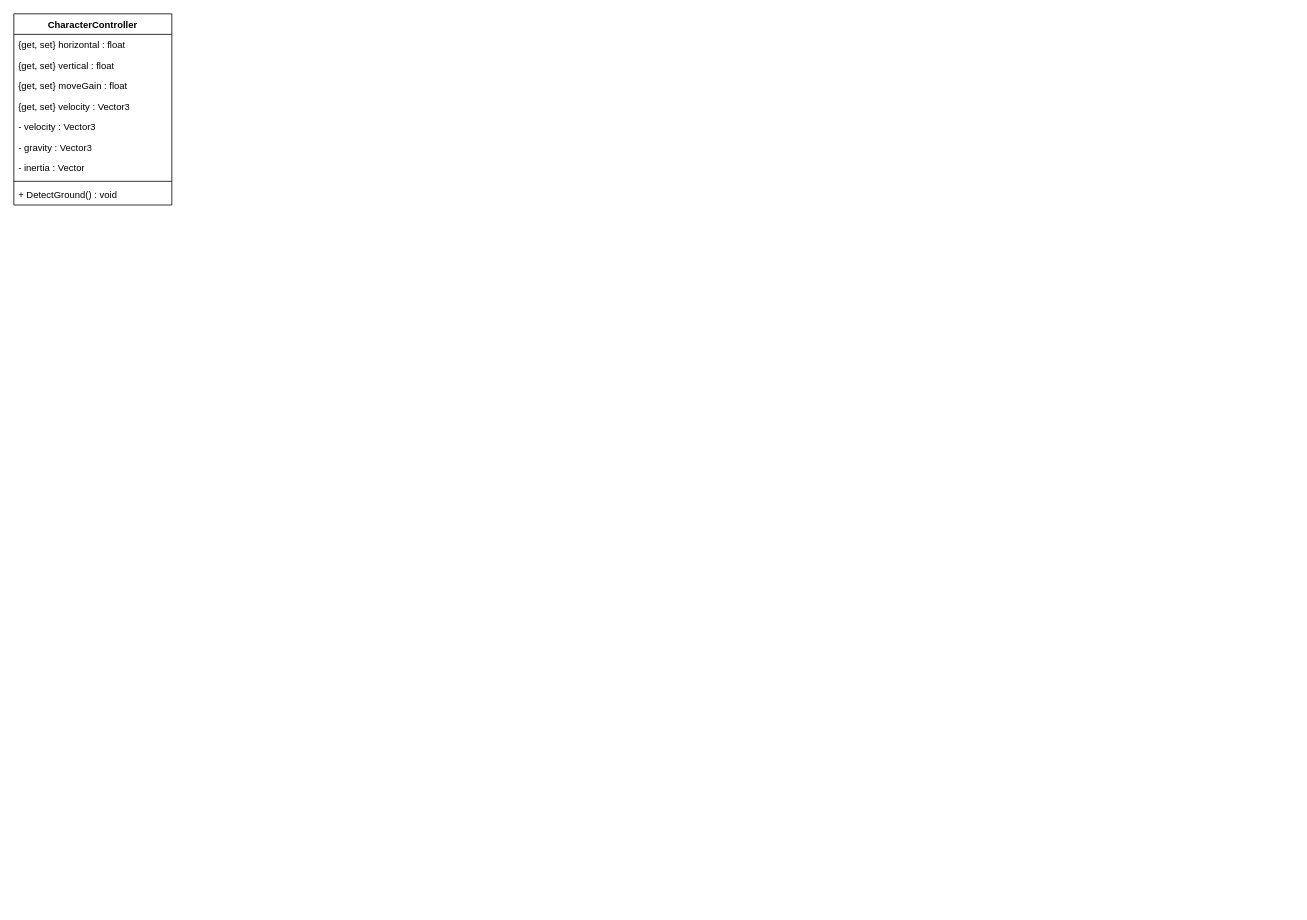
Above: RPG/RPGConcept.drawio in luke-youngmin-cho/ETL_Unity4th (draw.io), before the change. Source tidied: cells renumbered, new cells numbered last; positions are measured from the earlier drawing's top-left corner, leaving out a move shared by most shapes. Both pictures are drawn from the tidied source at 79%, with x=0, y=0 at pixel (13, 13).
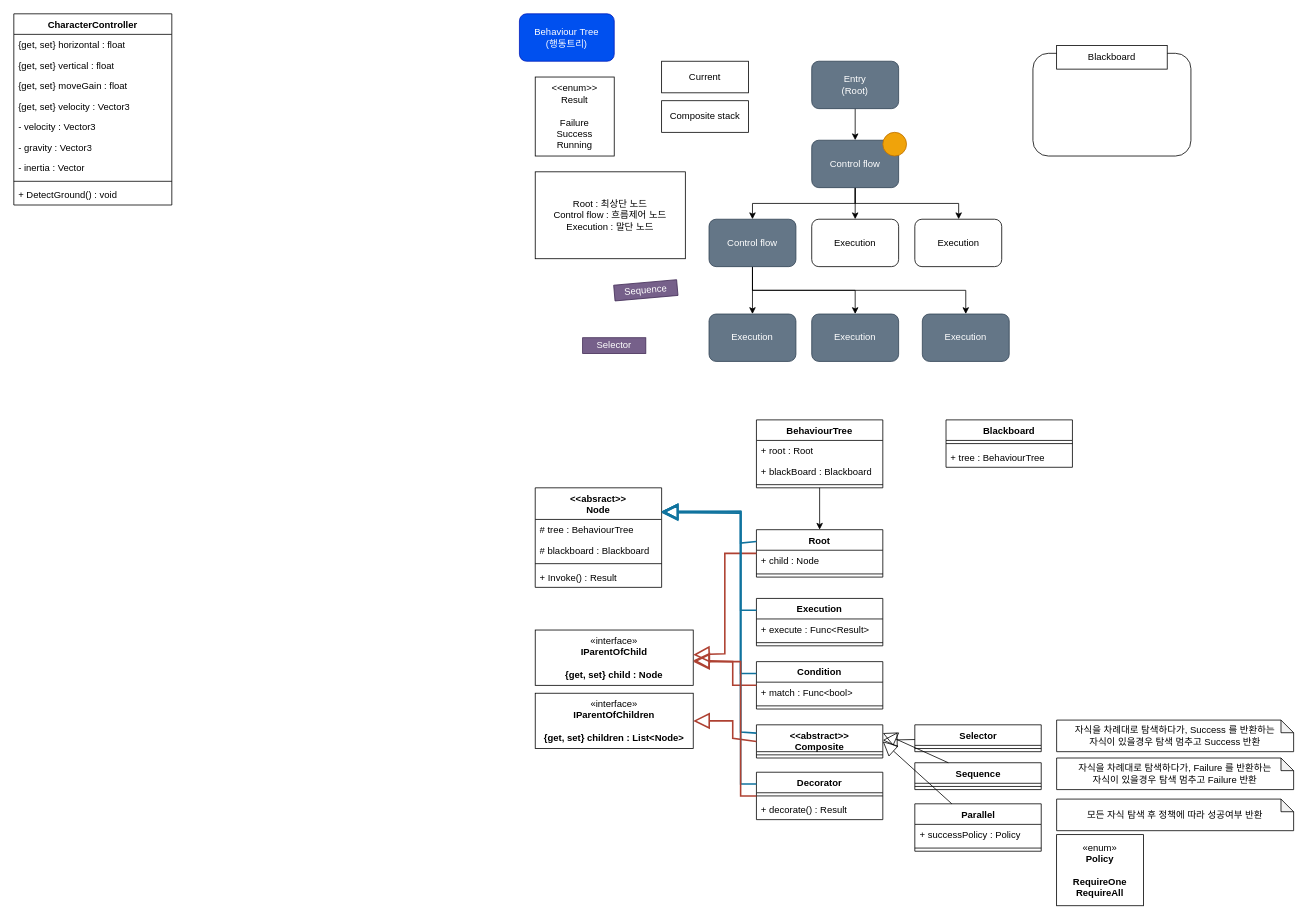
Above is the later version.

Change to the diagram source:
```diff
@@
+    <mxCell id="12" value="Behaviour Tree&lt;br&gt;(행동트리)" style="rounded=1;whiteSpace=wrap;html=1;fillColor=#0050ef;fontColor=#ffffff;strokeColor=#001DBC;" parent="1" vertex="1">
+      <mxGeometry x="640" width="120" height="60" as="geometry" />
+    </mxCell>
+    <mxCell id="13" value="&amp;lt;&amp;lt;enum&amp;gt;&amp;gt;&lt;br&gt;Result&lt;br&gt;&lt;br&gt;Failure&lt;br&gt;Success&lt;br&gt;Running" style="rounded=0;whiteSpace=wrap;html=1;" parent="1" vertex="1">
+      <mxGeometry x="660" y="80" width="100" height="100" as="geometry" />
+    </mxCell>
+    <mxCell id="14" style="edgeStyle=orthogonalEdgeStyle;rounded=0;jettySize=auto;html=1;" parent="1" edge="1" source="15" target="19">
+      <mxGeometry relative="1" as="geometry" />
+    </mxCell>
+    <mxCell id="15" value="Entry&lt;br&gt;(Root)" style="rounded=1;whiteSpace=wrap;html=1;fillColor=#647687;fontColor=#ffffff;strokeColor=#314354;" parent="1" vertex="1">
+      <mxGeometry x="1010" y="60" width="110" height="60" as="geometry" />
+    </mxCell>
+    <mxCell id="16" style="edgeStyle=orthogonalEdgeStyle;rounded=0;jettySize=auto;html=1;" parent="1" edge="1" source="19" target="24">
+      <mxGeometry relative="1" as="geometry" />
+    </mxCell>
+    <mxCell id="17" style="edgeStyle=orthogonalEdgeStyle;rounded=0;jettySize=auto;html=1;" parent="1" edge="1" source="19" target="23">
+      <mxGeometry relative="1" as="geometry">
+        <Array as="points">
+          <mxPoint x="1065" y="240" />
+          <mxPoint x="935" y="240" />
+        </Array>
+      </mxGeometry>
+    </mxCell>
+    <mxCell id="18" style="edgeStyle=orthogonalEdgeStyle;rounded=0;jettySize=auto;html=1;" parent="1" edge="1" source="19" target="25">
+      <mxGeometry relative="1" as="geometry">
+        <Array as="points">
+          <mxPoint x="1065" y="240" />
+          <mxPoint x="1196" y="240" />
+        </Array>
+      </mxGeometry>
+    </mxCell>
+    <mxCell id="19" value="Control flow" style="rounded=1;whiteSpace=wrap;html=1;fillColor=#647687;fontColor=#ffffff;strokeColor=#314354;" parent="1" vertex="1">
+      <mxGeometry x="1010" y="160" width="110" height="60" as="geometry" />
+    </mxCell>
+    <mxCell id="20" style="edgeStyle=orthogonalEdgeStyle;rounded=0;jettySize=auto;html=1;entryX=0.5;entryY=0;entryDx=0;entryDy=0;" parent="1" edge="1" source="23" target="26">
+      <mxGeometry relative="1" as="geometry" />
+    </mxCell>
+    <mxCell id="21" style="edgeStyle=orthogonalEdgeStyle;rounded=0;jettySize=auto;html=1;" parent="1" edge="1" source="23" target="27">
+      <mxGeometry relative="1" as="geometry">
+        <Array as="points">
+          <mxPoint x="935" y="350" />
+          <mxPoint x="1065" y="350" />
+        </Array>
+      </mxGeometry>
+    </mxCell>
+    <mxCell id="22" style="edgeStyle=orthogonalEdgeStyle;rounded=0;jettySize=auto;html=1;" parent="1" edge="1" source="23" target="84">
+      <mxGeometry relative="1" as="geometry">
+        <Array as="points">
+          <mxPoint x="935" y="350" />
+          <mxPoint x="1205" y="350" />
+        </Array>
+      </mxGeometry>
+    </mxCell>
+    <mxCell id="23" value="Control flow" style="rounded=1;whiteSpace=wrap;html=1;fillColor=#647687;fontColor=#ffffff;strokeColor=#314354;" parent="1" vertex="1">
+      <mxGeometry x="880" y="260" width="110" height="60" as="geometry" />
+    </mxCell>
+    <mxCell id="24" value="Execution" style="rounded=1;whiteSpace=wrap;html=1;" parent="1" vertex="1">
+      <mxGeometry x="1010" y="260" width="110" height="60" as="geometry" />
+    </mxCell>
+    <mxCell id="25" value="Execution" style="rounded=1;whiteSpace=wrap;html=1;" parent="1" vertex="1">
+      <mxGeometry x="1140.5" y="260" width="110" height="60" as="geometry" />
+    </mxCell>
+    <mxCell id="26" value="Execution" style="rounded=1;whiteSpace=wrap;html=1;fillColor=#647687;fontColor=#ffffff;strokeColor=#314354;" parent="1" vertex="1">
+      <mxGeometry x="880" y="380" width="110" height="60" as="geometry" />
+    </mxCell>
+    <mxCell id="27" value="Execution" style="rounded=1;whiteSpace=wrap;html=1;fillColor=#647687;fontColor=#ffffff;strokeColor=#314354;" parent="1" vertex="1">
+      <mxGeometry x="1010" y="380" width="110" height="60" as="geometry" />
+    </mxCell>
+    <mxCell id="28" value="Root : 최상단 노드&lt;br&gt;Control flow : 흐름제어 노드&lt;br&gt;Execution : 말단 노드" style="rounded=0;whiteSpace=wrap;html=1;" parent="1" vertex="1">
+      <mxGeometry x="660" y="200" width="190" height="110" as="geometry" />
+    </mxCell>
+    <mxCell id="29" style="rounded=1;whiteSpace=wrap;html=1;" parent="1" vertex="1">
+      <mxGeometry x="1290" y="50" width="200" height="130" as="geometry" />
+    </mxCell>
+    <mxCell id="30" value="Blackboard" style="rounded=0;whiteSpace=wrap;html=1;" parent="1" vertex="1">
+      <mxGeometry x="1320" y="40" width="140" height="30" as="geometry" />
+    </mxCell>
+    <mxCell id="31" value="&amp;lt;&amp;lt;absract&amp;gt;&amp;gt;&lt;br&gt;Node" style="swimlane;fontStyle=1;align=center;verticalAlign=top;horizontal=1;startSize=40;whiteSpace=wrap;html=1;" parent="1" vertex="1">
+      <mxGeometry x="660" y="600" width="160" height="126" as="geometry" />
+    </mxCell>
+    <mxCell id="32" value="# tree : BehaviourTree" style="text;strokeColor=none;fillColor=none;align=left;verticalAlign=top;spacingLeft=4;spacingRight=4;overflow=hidden;whiteSpace=wrap;html=1;" parent="31" vertex="1">
+      <mxGeometry y="40" width="160" height="26" as="geometry" />
+    </mxCell>
+    <mxCell id="33" value="# blackboard : Blackboard" style="text;strokeColor=none;fillColor=none;align=left;verticalAlign=top;spacingLeft=4;spacingRight=4;overflow=hidden;whiteSpace=wrap;html=1;" parent="31" vertex="1">
+      <mxGeometry y="66" width="160" height="26" as="geometry" />
+    </mxCell>
+    <mxCell id="34" style="line;strokeWidth=1;fillColor=none;align=left;verticalAlign=middle;spacingTop=-1;spacingLeft=3;spacingRight=3;labelPosition=right;strokeColor=inherit;" parent="31" vertex="1">
+      <mxGeometry y="92" width="160" height="8" as="geometry" />
+    </mxCell>
+    <mxCell id="35" value="+ Invoke() : Result" style="text;strokeColor=none;fillColor=none;align=left;verticalAlign=top;spacingLeft=4;spacingRight=4;overflow=hidden;whiteSpace=wrap;html=1;" parent="31" vertex="1">
+      <mxGeometry y="100" width="160" height="26" as="geometry" />
+    </mxCell>
+    <mxCell id="36" style="edgeStyle=orthogonalEdgeStyle;rounded=0;jettySize=auto;html=1;entryX=0.5;entryY=0;entryDx=0;entryDy=0;" parent="1" edge="1" source="37" target="41">
+      <mxGeometry relative="1" as="geometry" />
+    </mxCell>
+    <mxCell id="37" value="BehaviourTree" style="swimlane;fontStyle=1;align=center;verticalAlign=top;horizontal=1;startSize=26;whiteSpace=wrap;html=1;" parent="1" vertex="1">
+      <mxGeometry x="940" y="514" width="160" height="86" as="geometry" />
+    </mxCell>
+    <mxCell id="38" value="+ root : Root" style="text;strokeColor=none;fillColor=none;align=left;verticalAlign=top;spacingLeft=4;spacingRight=4;overflow=hidden;whiteSpace=wrap;html=1;" parent="37" vertex="1">
+      <mxGeometry y="26" width="160" height="26" as="geometry" />
+    </mxCell>
+    <mxCell id="39" value="+ blackBoard : Blackboard" style="text;strokeColor=none;fillColor=none;align=left;verticalAlign=top;spacingLeft=4;spacingRight=4;overflow=hidden;whiteSpace=wrap;html=1;" parent="37" vertex="1">
+      <mxGeometry y="52" width="160" height="26" as="geometry" />
+    </mxCell>
+    <mxCell id="40" style="line;strokeWidth=1;fillColor=none;align=left;verticalAlign=middle;spacingTop=-1;spacingLeft=3;spacingRight=3;labelPosition=right;strokeColor=inherit;" parent="37" vertex="1">
+      <mxGeometry y="78" width="160" height="8" as="geometry" />
+    </mxCell>
+    <mxCell id="41" value="Root" style="swimlane;fontStyle=1;align=center;verticalAlign=top;horizontal=1;startSize=26;whiteSpace=wrap;html=1;" parent="1" vertex="1">
+      <mxGeometry x="940" y="653" width="160" height="60" as="geometry" />
+    </mxCell>
+    <mxCell id="42" value="+ child : Node" style="text;strokeColor=none;fillColor=none;align=left;verticalAlign=top;spacingLeft=4;spacingRight=4;overflow=hidden;whiteSpace=wrap;html=1;" parent="41" vertex="1">
+      <mxGeometry y="26" width="160" height="26" as="geometry" />
+    </mxCell>
+    <mxCell id="43" style="line;strokeWidth=1;fillColor=none;align=left;verticalAlign=middle;spacingTop=-1;spacingLeft=3;spacingRight=3;labelPosition=right;strokeColor=inherit;" parent="41" vertex="1">
+      <mxGeometry y="52" width="160" height="8" as="geometry" />
+    </mxCell>
+    <mxCell id="44" value="«interface»&lt;br&gt;&lt;b&gt;IParentOfChild&lt;br&gt;&lt;br&gt;{get, set} child : Node&lt;br&gt;&lt;/b&gt;" style="html=1;whiteSpace=wrap;" parent="1" vertex="1">
+      <mxGeometry x="660" y="780" width="200" height="70" as="geometry" />
+    </mxCell>
+    <mxCell id="45" style="endArrow=block;endSize=16;endFill=0;html=1;rounded=0;fillColor=#fad9d5;strokeColor=#ae4132;strokeWidth=2;" parent="1" edge="1" source="41" target="44">
+      <mxGeometry relative="1" as="geometry">
+        <Array as="points">
+          <mxPoint x="900" y="683" />
+          <mxPoint x="900" y="810" />
+        </Array>
+      </mxGeometry>
+    </mxCell>
+    <mxCell id="46" style="endArrow=block;endSize=16;endFill=0;html=1;rounded=0;fillColor=#b1ddf0;strokeColor=#10739e;strokeWidth=2;exitX=0;exitY=0.25;exitDx=0;exitDy=0;entryX=1;entryY=0.25;entryDx=0;entryDy=0;" parent="1" edge="1" source="41" target="31">
+      <mxGeometry relative="1" as="geometry">
+        <Array as="points">
+          <mxPoint x="920" y="670" />
+          <mxPoint x="920" y="632" />
+        </Array>
+      </mxGeometry>
+    </mxCell>
+    <mxCell id="47" value="«interface»&lt;br&gt;&lt;b&gt;IParentOfChildren&lt;br&gt;&lt;br&gt;{get, set} children : List&amp;lt;Node&amp;gt;&lt;br&gt;&lt;/b&gt;" style="html=1;whiteSpace=wrap;" parent="1" vertex="1">
+      <mxGeometry x="660" y="860" width="200" height="70" as="geometry" />
+    </mxCell>
+    <mxCell id="48" value="Execution" style="swimlane;fontStyle=1;align=center;verticalAlign=top;horizontal=1;startSize=26;whiteSpace=wrap;html=1;" parent="1" vertex="1">
+      <mxGeometry x="940" y="740" width="160" height="60" as="geometry" />
+    </mxCell>
+    <mxCell id="49" value="+ execute : Func&amp;lt;Result&amp;gt;" style="text;strokeColor=none;fillColor=none;align=left;verticalAlign=top;spacingLeft=4;spacingRight=4;overflow=hidden;whiteSpace=wrap;html=1;" parent="48" vertex="1">
+      <mxGeometry y="26" width="160" height="26" as="geometry" />
+    </mxCell>
+    <mxCell id="50" style="line;strokeWidth=1;fillColor=none;align=left;verticalAlign=middle;spacingTop=-1;spacingLeft=3;spacingRight=3;labelPosition=right;strokeColor=inherit;" parent="48" vertex="1">
+      <mxGeometry y="52" width="160" height="8" as="geometry" />
+    </mxCell>
+    <mxCell id="51" style="endArrow=block;endSize=16;endFill=0;html=1;rounded=0;fillColor=#b1ddf0;strokeColor=#10739e;strokeWidth=2;exitX=0;exitY=0.25;exitDx=0;exitDy=0;" parent="1" edge="1" source="48">
+      <mxGeometry relative="1" as="geometry">
+        <mxPoint x="820" y="630" as="targetPoint" />
+        <Array as="points">
+          <mxPoint x="920" y="755" />
+          <mxPoint x="920" y="630" />
+        </Array>
+      </mxGeometry>
+    </mxCell>
+    <mxCell id="52" value="Condition" style="swimlane;fontStyle=1;align=center;verticalAlign=top;horizontal=1;startSize=26;whiteSpace=wrap;html=1;" parent="1" vertex="1">
+      <mxGeometry x="940" y="820" width="160" height="60" as="geometry" />
+    </mxCell>
+    <mxCell id="53" value="+ match : Func&amp;lt;bool&amp;gt;" style="text;strokeColor=none;fillColor=none;align=left;verticalAlign=top;spacingLeft=4;spacingRight=4;overflow=hidden;whiteSpace=wrap;html=1;" parent="52" vertex="1">
+      <mxGeometry y="26" width="160" height="26" as="geometry" />
+    </mxCell>
+    <mxCell id="54" style="line;strokeWidth=1;fillColor=none;align=left;verticalAlign=middle;spacingTop=-1;spacingLeft=3;spacingRight=3;labelPosition=right;strokeColor=inherit;" parent="52" vertex="1">
+      <mxGeometry y="52" width="160" height="8" as="geometry" />
+    </mxCell>
+    <mxCell id="55" style="endArrow=block;endSize=16;endFill=0;html=1;rounded=0;fillColor=#b1ddf0;strokeColor=#10739e;strokeWidth=2;exitX=0;exitY=0.25;exitDx=0;exitDy=0;" parent="1" edge="1" source="52">
+      <mxGeometry relative="1" as="geometry">
+        <mxPoint x="820" y="630" as="targetPoint" />
+        <Array as="points">
+          <mxPoint x="920" y="835" />
+          <mxPoint x="920" y="630" />
+        </Array>
+      </mxGeometry>
+    </mxCell>
+    <mxCell id="56" style="endArrow=block;endSize=16;endFill=0;html=1;rounded=0;fillColor=#fad9d5;strokeColor=#ae4132;strokeWidth=2;" parent="1" edge="1" source="52" target="44">
+      <mxGeometry relative="1" as="geometry">
+        <Array as="points">
+          <mxPoint x="910" y="850" />
+          <mxPoint x="910" y="820" />
+        </Array>
+      </mxGeometry>
+    </mxCell>
+    <mxCell id="57" value="&amp;lt;&amp;lt;abstract&amp;gt;&amp;gt;&lt;br&gt;Composite" style="swimlane;fontStyle=1;align=center;verticalAlign=top;horizontal=1;startSize=34;whiteSpace=wrap;html=1;" parent="1" vertex="1">
+      <mxGeometry x="940" y="900" width="160" height="42" as="geometry" />
+    </mxCell>
+    <mxCell id="58" style="line;strokeWidth=1;fillColor=none;align=left;verticalAlign=middle;spacingTop=-1;spacingLeft=3;spacingRight=3;labelPosition=right;strokeColor=inherit;" parent="57" vertex="1">
+      <mxGeometry y="34" width="160" height="8" as="geometry" />
+    </mxCell>
+    <mxCell id="59" style="endArrow=block;endSize=16;endFill=0;html=1;rounded=0;fillColor=#b1ddf0;strokeColor=#10739e;strokeWidth=2;exitX=0;exitY=0.25;exitDx=0;exitDy=0;" parent="1" edge="1" source="57">
+      <mxGeometry relative="1" as="geometry">
+        <mxPoint x="820" y="630" as="targetPoint" />
+        <Array as="points">
+          <mxPoint x="920" y="909" />
+          <mxPoint x="920" y="630" />
+        </Array>
+      </mxGeometry>
+    </mxCell>
+    <mxCell id="60" style="endArrow=block;endSize=16;endFill=0;html=1;rounded=0;fillColor=#fad9d5;strokeColor=#ae4132;strokeWidth=2;exitX=0;exitY=0.5;exitDx=0;exitDy=0;entryX=1;entryY=0.5;entryDx=0;entryDy=0;" parent="1" edge="1" source="57" target="47">
+      <mxGeometry relative="1" as="geometry">
+        <Array as="points">
+          <mxPoint x="910" y="917" />
+          <mxPoint x="910" y="895" />
+        </Array>
+      </mxGeometry>
+    </mxCell>
+    <mxCell id="61" value="Selector" style="swimlane;fontStyle=1;align=center;verticalAlign=top;horizontal=1;startSize=26;whiteSpace=wrap;html=1;" parent="1" vertex="1">
+      <mxGeometry x="1140.5" y="900" width="160" height="34" as="geometry" />
+    </mxCell>
+    <mxCell id="62" style="line;strokeWidth=1;fillColor=none;align=left;verticalAlign=middle;spacingTop=-1;spacingLeft=3;spacingRight=3;labelPosition=right;strokeColor=inherit;" parent="61" vertex="1">
+      <mxGeometry y="26" width="160" height="8" as="geometry" />
+    </mxCell>
+    <mxCell id="63" style="endArrow=block;endSize=16;endFill=0;html=1;rounded=0;" parent="1" edge="1" source="61" target="57">
+      <mxGeometry relative="1" as="geometry" />
+    </mxCell>
+    <mxCell id="64" value="Sequence" style="swimlane;fontStyle=1;align=center;verticalAlign=top;horizontal=1;startSize=26;whiteSpace=wrap;html=1;" parent="1" vertex="1">
+      <mxGeometry x="1140.5" y="948" width="160" height="34" as="geometry" />
+    </mxCell>
+    <mxCell id="65" style="line;strokeWidth=1;fillColor=none;align=left;verticalAlign=middle;spacingTop=-1;spacingLeft=3;spacingRight=3;labelPosition=right;strokeColor=inherit;" parent="64" vertex="1">
+      <mxGeometry y="26" width="160" height="8" as="geometry" />
+    </mxCell>
+    <mxCell id="66" value="자식을 차례대로 탐색하다가, Success 를 반환하는&lt;br&gt;자식이 있을경우 탐색 멈추고 Success 반환" style="shape=note;whiteSpace=wrap;html=1;backgroundOutline=1;darkOpacity=0.05;size=16;" parent="1" vertex="1">
+      <mxGeometry x="1320" y="894" width="300" height="40" as="geometry" />
+    </mxCell>
+    <mxCell id="67" value="자식을 차례대로 탐색하다가, Failure 를 반환하는&lt;br&gt;자식이 있을경우 탐색 멈추고 Failure 반환" style="shape=note;whiteSpace=wrap;html=1;backgroundOutline=1;darkOpacity=0.05;size=16;" parent="1" vertex="1">
+      <mxGeometry x="1320" y="942" width="300" height="40" as="geometry" />
+    </mxCell>
+    <mxCell id="68" value="Parallel" style="swimlane;fontStyle=1;align=center;verticalAlign=top;horizontal=1;startSize=26;whiteSpace=wrap;html=1;" parent="1" vertex="1">
+      <mxGeometry x="1140.5" y="1000" width="160" height="60" as="geometry" />
+    </mxCell>
+    <mxCell id="69" value="+ successPolicy : Policy" style="text;strokeColor=none;fillColor=none;align=left;verticalAlign=top;spacingLeft=4;spacingRight=4;overflow=hidden;whiteSpace=wrap;html=1;" parent="68" vertex="1">
+      <mxGeometry y="26" width="160" height="26" as="geometry" />
+    </mxCell>
+    <mxCell id="70" style="line;strokeWidth=1;fillColor=none;align=left;verticalAlign=middle;spacingTop=-1;spacingLeft=3;spacingRight=3;labelPosition=right;strokeColor=inherit;" parent="68" vertex="1">
+      <mxGeometry y="52" width="160" height="8" as="geometry" />
+    </mxCell>
+    <mxCell id="71" value="모든 자식 탐색 후 정책에 따라 성공여부 반환" style="shape=note;whiteSpace=wrap;html=1;backgroundOutline=1;darkOpacity=0.05;size=16;" parent="1" vertex="1">
+      <mxGeometry x="1320" y="994" width="300" height="40" as="geometry" />
+    </mxCell>
+    <mxCell id="72" style="endArrow=block;endSize=16;endFill=0;html=1;rounded=0;entryX=1;entryY=0.25;entryDx=0;entryDy=0;" parent="1" edge="1" source="64" target="57">
+      <mxGeometry relative="1" as="geometry" />
+    </mxCell>
+    <mxCell id="73" style="endArrow=block;endSize=16;endFill=0;html=1;rounded=0;entryX=1;entryY=0.5;entryDx=0;entryDy=0;" parent="1" edge="1" source="68" target="57">
+      <mxGeometry relative="1" as="geometry" />
+    </mxCell>
+    <mxCell id="74" value="«enum»&lt;br&gt;&lt;b&gt;Policy&lt;br&gt;&lt;br&gt;RequireOne&lt;br&gt;RequireAll&lt;br&gt;&lt;/b&gt;" style="html=1;whiteSpace=wrap;" parent="1" vertex="1">
+      <mxGeometry x="1320" y="1039" width="110" height="90" as="geometry" />
+    </mxCell>
+    <mxCell id="75" value="Decorator" style="swimlane;fontStyle=1;align=center;verticalAlign=top;horizontal=1;startSize=26;whiteSpace=wrap;html=1;" parent="1" vertex="1">
+      <mxGeometry x="940" y="960" width="160" height="60" as="geometry" />
+    </mxCell>
+    <mxCell id="76" style="line;strokeWidth=1;fillColor=none;align=left;verticalAlign=middle;spacingTop=-1;spacingLeft=3;spacingRight=3;labelPosition=right;strokeColor=inherit;" parent="75" vertex="1">
+      <mxGeometry y="26" width="160" height="8" as="geometry" />
+    </mxCell>
+    <mxCell id="77" value="+ decorate() : Result" style="text;strokeColor=none;fillColor=none;align=left;verticalAlign=top;spacingLeft=4;spacingRight=4;overflow=hidden;whiteSpace=wrap;html=1;" parent="75" vertex="1">
+      <mxGeometry y="34" width="160" height="26" as="geometry" />
+    </mxCell>
+    <mxCell id="78" style="endArrow=block;endSize=16;endFill=0;html=1;rounded=0;fillColor=#b1ddf0;strokeColor=#10739e;strokeWidth=2;exitX=0;exitY=0.25;exitDx=0;exitDy=0;entryX=1;entryY=0.25;entryDx=0;entryDy=0;" parent="1" edge="1" source="75" target="31">
+      <mxGeometry relative="1" as="geometry">
+        <Array as="points">
+          <mxPoint x="920" y="975" />
+          <mxPoint x="920" y="630" />
+        </Array>
+      </mxGeometry>
+    </mxCell>
+    <mxCell id="79" style="endArrow=block;endSize=16;endFill=0;html=1;rounded=0;fillColor=#fad9d5;strokeColor=#ae4132;strokeWidth=2;exitX=0;exitY=0.5;exitDx=0;exitDy=0;" parent="1" edge="1" source="75">
+      <mxGeometry relative="1" as="geometry">
+        <mxPoint x="860" y="820" as="targetPoint" />
+        <Array as="points">
+          <mxPoint x="920" y="990" />
+          <mxPoint x="920" y="820" />
+        </Array>
+      </mxGeometry>
+    </mxCell>
+    <mxCell id="80" value="Blackboard" style="swimlane;fontStyle=1;align=center;verticalAlign=top;horizontal=1;startSize=26;whiteSpace=wrap;html=1;" parent="1" vertex="1">
+      <mxGeometry x="1180" y="514" width="160" height="60" as="geometry" />
+    </mxCell>
+    <mxCell id="81" style="line;strokeWidth=1;fillColor=none;align=left;verticalAlign=middle;spacingTop=-1;spacingLeft=3;spacingRight=3;labelPosition=right;strokeColor=inherit;" parent="80" vertex="1">
+      <mxGeometry y="26" width="160" height="8" as="geometry" />
+    </mxCell>
+    <mxCell id="82" value="+ tree : BehaviourTree" style="text;strokeColor=none;fillColor=none;align=left;verticalAlign=top;spacingLeft=4;spacingRight=4;overflow=hidden;whiteSpace=wrap;html=1;" parent="80" vertex="1">
+      <mxGeometry y="34" width="160" height="26" as="geometry" />
+    </mxCell>
+    <mxCell id="83" style="ellipse;whiteSpace=wrap;html=1;fillColor=#f0a30a;fontColor=#000000;strokeColor=#BD7000;" parent="1" vertex="1">
+      <mxGeometry x="1100" y="150" width="30" height="30" as="geometry" />
+    </mxCell>
+    <mxCell id="84" value="Execution" style="rounded=1;whiteSpace=wrap;html=1;fillColor=#647687;fontColor=#ffffff;strokeColor=#314354;" parent="1" vertex="1">
+      <mxGeometry x="1150" y="380" width="110" height="60" as="geometry" />
+    </mxCell>
+    <mxCell id="85" value="Current" style="rounded=0;whiteSpace=wrap;html=1;direction=south;" parent="1" vertex="1">
+      <mxGeometry x="820" y="60" width="110" height="40" as="geometry" />
+    </mxCell>
+    <mxCell id="86" value="Composite stack" style="rounded=0;whiteSpace=wrap;html=1;direction=south;" parent="1" vertex="1">
+      <mxGeometry x="820" y="110" width="110" height="40" as="geometry" />
+    </mxCell>
+    <mxCell id="87" value="Selector" style="rounded=0;whiteSpace=wrap;html=1;fillColor=#76608a;fontColor=#ffffff;strokeColor=#432D57;" parent="1" vertex="1">
+      <mxGeometry x="720" y="410" width="80" height="20" as="geometry" />
+    </mxCell>
+    <mxCell id="88" value="Sequence" style="rounded=0;whiteSpace=wrap;html=1;fillColor=#76608a;fontColor=#ffffff;strokeColor=#432D57;rotation=-5;" parent="1" vertex="1">
+      <mxGeometry x="760" y="340" width="80" height="20" as="geometry" />
+    </mxCell>
```
